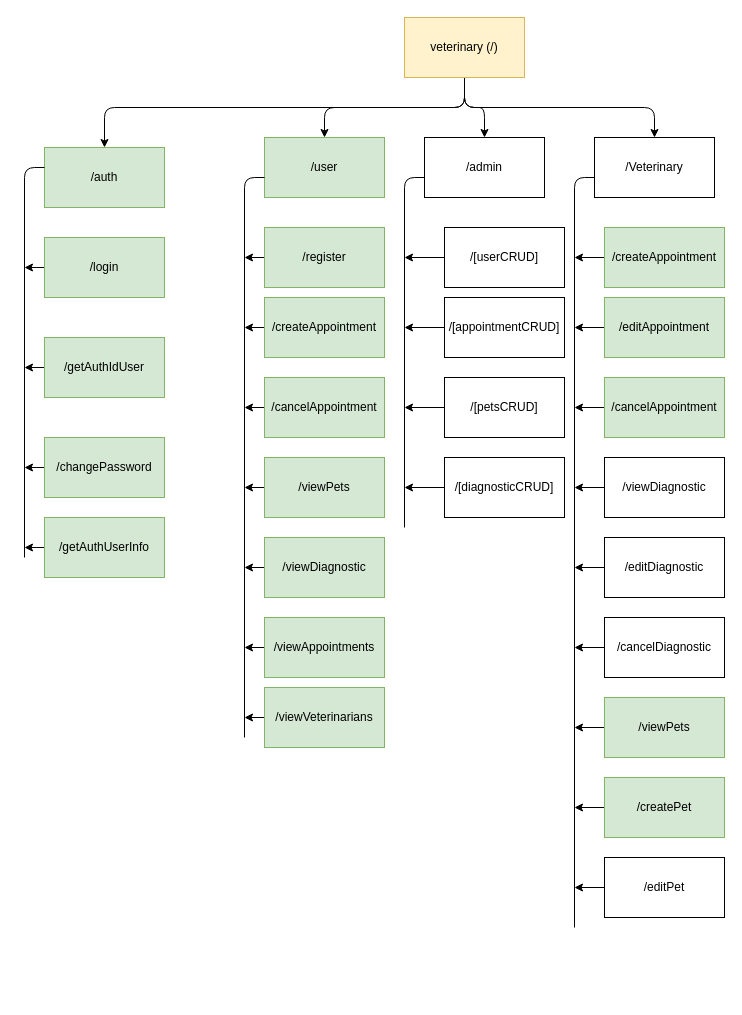
Before: diagrams/NAV.drawio in fernandoach/API-VETERINARY, a draw.io diagram. Source tidied: cells renumbered, new cells numbered last; positions are measured from the earlier drawing's top-left corner, leaving out a move shared by most shapes. Both pictures are drawn from the tidied source at 100%, with x=0, y=0 at pixel (24, 17).
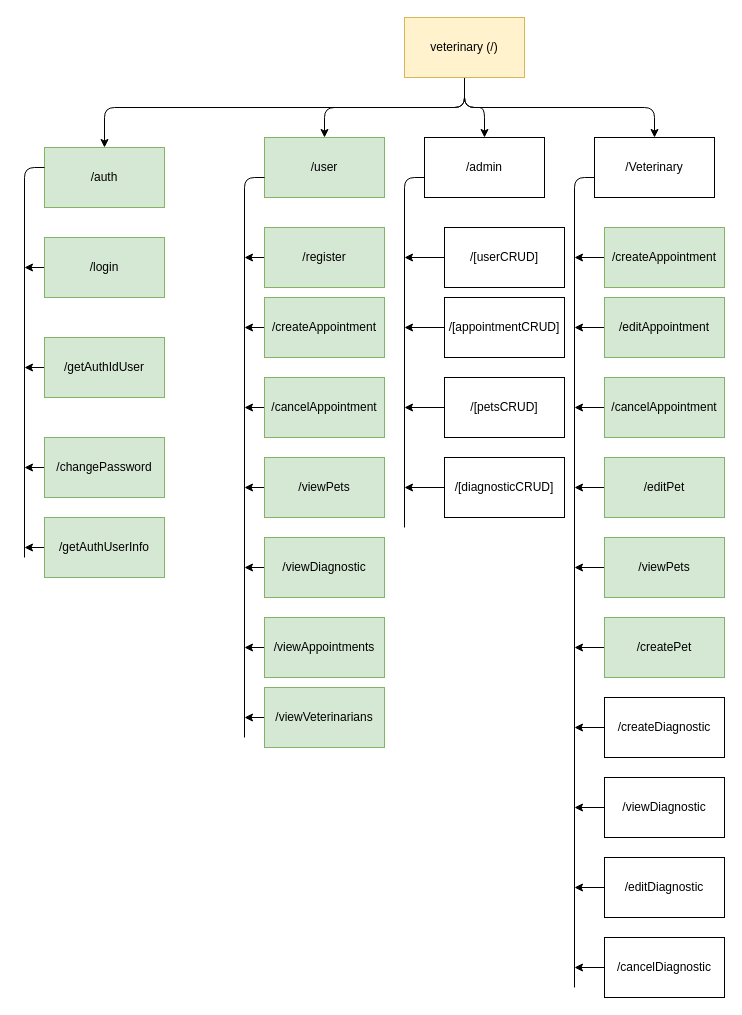
The same page after the edit.

Commit message (it also covers changes not shown here):
ADD: /veterinary/editPet with {idPet, name, species, race, gender, weight, birthday, dni}

What changed in the source:
```diff
@@
-    <mxCell id="30" style="edgeStyle=none;html=1;" parent="1" edge="1" source="31">
-      <mxGeometry relative="1" as="geometry">
-        <mxPoint x="550" y="470" as="targetPoint" />
-      </mxGeometry>
-    </mxCell>
-    <mxCell id="31" value="/viewDiagnostic" style="rounded=0;whiteSpace=wrap;html=1;" parent="1" vertex="1">
-      <mxGeometry x="580" y="440" width="120" height="60" as="geometry" />
-    </mxCell>
-    <mxCell id="32" style="edgeStyle=none;html=1;" parent="1" edge="1" source="33">
-      <mxGeometry relative="1" as="geometry">
-        <mxPoint x="550" y="550" as="targetPoint" />
-      </mxGeometry>
-    </mxCell>
-    <mxCell id="33" value="/editDiagnostic" style="rounded=0;whiteSpace=wrap;html=1;" parent="1" vertex="1">
-      <mxGeometry x="580" y="520" width="120" height="60" as="geometry" />
-    </mxCell>
-    <mxCell id="34" style="edgeStyle=none;html=1;" parent="1" edge="1" source="35">
-      <mxGeometry relative="1" as="geometry">
-        <mxPoint x="550" y="630" as="targetPoint" />
-      </mxGeometry>
-    </mxCell>
-    <mxCell id="35" value="/cancelDiagnostic" style="rounded=0;whiteSpace=wrap;html=1;" parent="1" vertex="1">
-      <mxGeometry x="580" y="600" width="120" height="60" as="geometry" />
-    </mxCell>
     <mxCell id="36" style="edgeStyle=none;html=1;" parent="1" edge="1" source="37">
       <mxGeometry relative="1" as="geometry">
-        <mxPoint x="550" y="710" as="targetPoint" />
+        <mxPoint x="550" y="550" as="targetPoint" />
       </mxGeometry>
     </mxCell>
     <mxCell id="37" value="/viewPets" style="rounded=0;whiteSpace=wrap;html=1;fillColor=#d5e8d4;strokeColor=#82b366;" parent="1" vertex="1">
-      <mxGeometry x="580" y="680" width="120" height="60" as="geometry" />
+      <mxGeometry x="580" y="520" width="120" height="60" as="geometry" />
     </mxCell>
@@
     <mxCell id="44" style="edgeStyle=none;html=1;" parent="1" edge="1" source="45">
       <mxGeometry relative="1" as="geometry">
-        <mxPoint x="550" y="790" as="targetPoint" />
+        <mxPoint x="550" y="630" as="targetPoint" />
       </mxGeometry>
     </mxCell>
     <mxCell id="45" value="/createPet" style="rounded=0;whiteSpace=wrap;html=1;fillColor=#d5e8d4;strokeColor=#82b366;" parent="1" vertex="1">
-      <mxGeometry x="580" y="760" width="120" height="60" as="geometry" />
+      <mxGeometry x="580" y="600" width="120" height="60" as="geometry" />
     </mxCell>
     <mxCell id="46" style="edgeStyle=none;html=1;" parent="1" edge="1" source="47">
       <mxGeometry relative="1" as="geometry">
-        <mxPoint x="550" y="870" as="targetPoint" />
+        <mxPoint x="550" y="470" as="targetPoint" />
       </mxGeometry>
     </mxCell>
-    <mxCell id="47" value="/editPet" style="rounded=0;whiteSpace=wrap;html=1;" parent="1" vertex="1">
-      <mxGeometry x="580" y="840" width="120" height="60" as="geometry" />
+    <mxCell id="47" value="/editPet" style="rounded=0;whiteSpace=wrap;html=1;fillColor=#d5e8d4;strokeColor=#82b366;" parent="1" vertex="1">
+      <mxGeometry x="580" y="440" width="120" height="60" as="geometry" />
     </mxCell>
@@
     <mxCell id="52" style="endArrow=none;html=1;" parent="1" edge="1">
       <mxGeometry relative="1" as="geometry">
-        <mxPoint x="550" y="910" as="sourcePoint" />
+        <mxPoint x="550" y="970" as="sourcePoint" />
         <mxPoint x="570" y="160" as="targetPoint" />
         <Array as="points">
           <mxPoint x="550" y="160" />
         </Array>
       </mxGeometry>
     </mxCell>
@@
+    <mxCell id="63" style="edgeStyle=none;html=1;" parent="1" edge="1" source="35">
+      <mxGeometry relative="1" as="geometry">
+        <mxPoint x="550" y="950" as="targetPoint" />
+      </mxGeometry>
+    </mxCell>
+    <mxCell id="35" value="/cancelDiagnostic" style="rounded=0;whiteSpace=wrap;html=1;" parent="1" vertex="1">
+      <mxGeometry x="580" y="920" width="120" height="60" as="geometry" />
+    </mxCell>
+    <mxCell id="64" style="edgeStyle=none;html=1;" parent="1" edge="1" source="65">
+      <mxGeometry relative="1" as="geometry">
+        <mxPoint x="550" y="710" as="targetPoint" />
+      </mxGeometry>
+    </mxCell>
+    <mxCell id="65" value="/createDiagnostic" style="rounded=0;whiteSpace=wrap;html=1;" parent="1" vertex="1">
+      <mxGeometry x="580" y="680" width="120" height="60" as="geometry" />
+    </mxCell>
+    <mxCell id="66" style="edgeStyle=none;html=1;" parent="1" edge="1" source="33">
+      <mxGeometry relative="1" as="geometry">
+        <mxPoint x="550" y="870" as="targetPoint" />
+      </mxGeometry>
+    </mxCell>
+    <mxCell id="33" value="/editDiagnostic" style="rounded=0;whiteSpace=wrap;html=1;" parent="1" vertex="1">
+      <mxGeometry x="580" y="840" width="120" height="60" as="geometry" />
+    </mxCell>
+    <mxCell id="67" style="edgeStyle=none;html=1;" parent="1" edge="1" source="31">
+      <mxGeometry relative="1" as="geometry">
+        <mxPoint x="550" y="790" as="targetPoint" />
+      </mxGeometry>
+    </mxCell>
+    <mxCell id="31" value="/viewDiagnostic" style="rounded=0;whiteSpace=wrap;html=1;" parent="1" vertex="1">
+      <mxGeometry x="580" y="760" width="120" height="60" as="geometry" />
+    </mxCell>
```
